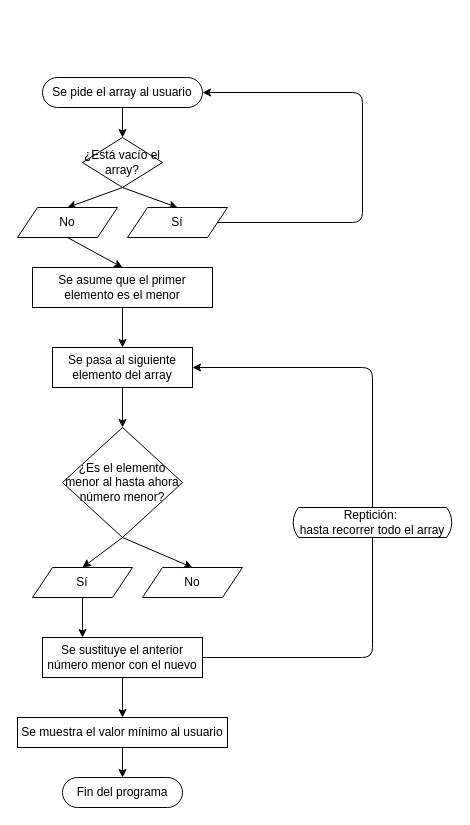
Above: Entornos de Desarrollo/UD2/EjerciciosDiagramas/Ejercicio1.drawio in SchmalbachPenaAlbert/Apuntes (draw.io), before the change. Source tidied: cells renumbered, new cells numbered last; positions are measured from the earlier drawing's top-left corner, leaving out a move shared by most shapes. Both pictures are drawn from the tidied source at 100%, with x=0, y=0 at pixel (17, 77).
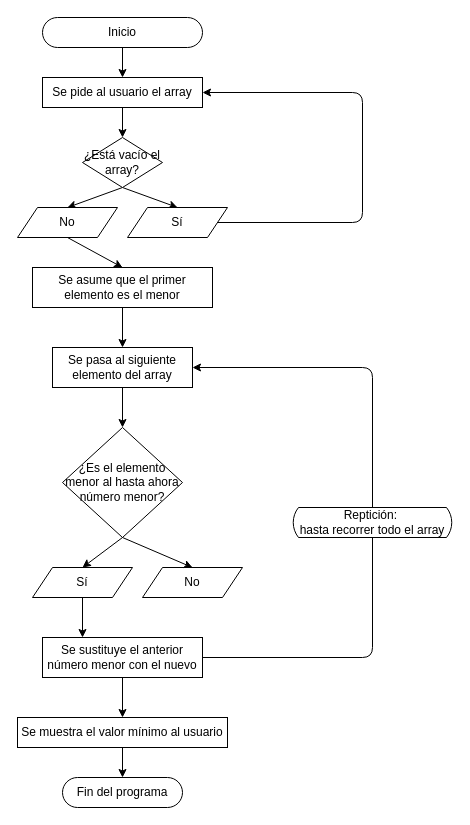
Above is the later version.

The change refers to these unchanged cells:
```xml
<mxCell id="19" value="¿Está vacío el array?" style="shape=rhombus;html=1;dashed=0;whiteSpace=wrap;perimeter=rhombusPerimeter;" parent="1" vertex="1">
  <mxGeometry x="65" y="60" width="80" height="50" as="geometry" />
</mxCell>
<mxCell id="22" value="Sí" style="shape=parallelogram;perimeter=parallelogramPerimeter;whiteSpace=wrap;html=1;dashed=0;" parent="1" vertex="1">
  <mxGeometry x="110" y="130" width="100" height="30" as="geometry" />
</mxCell>
```

Change to the diagram source:
```diff
@@
-    <mxCell id="2" style="edgeStyle=none;html=1;exitX=0.5;exitY=0.5;exitDx=0;exitDy=15;exitPerimeter=0;entryX=0.5;entryY=0;entryDx=0;entryDy=0;" parent="1" edge="1" source="3" target="19">
-      <mxGeometry relative="1" as="geometry" />
-    </mxCell>
+    <mxCell id="28" style="edgeStyle=none;html=1;exitX=0.5;exitY=0.5;exitDx=0;exitDy=15;exitPerimeter=0;entryX=0.5;entryY=0;entryDx=0;entryDy=0;" parent="1" edge="1" source="3" target="30">
+      <mxGeometry relative="1" as="geometry" />
+    </mxCell>
-    <mxCell id="3" value="Se pide el array al usuario" style="html=1;dashed=0;whiteSpace=wrap;shape=mxgraph.dfd.start;" parent="1" vertex="1">
-      <mxGeometry x="25" width="160" height="30" as="geometry" />
+    <mxCell id="3" value="Inicio" style="html=1;dashed=0;whiteSpace=wrap;shape=mxgraph.dfd.start;" parent="1" vertex="1">
+      <mxGeometry x="25" y="-60" width="160" height="30" as="geometry" />
     </mxCell>
@@
-    <mxCell id="23" style="edgeStyle=none;html=1;exitX=1;exitY=0.5;exitDx=0;exitDy=0;entryX=1;entryY=0.5;entryDx=0;entryDy=0;entryPerimeter=0;" parent="1" edge="1" source="22" target="3">
+    <mxCell id="23" style="edgeStyle=none;html=1;exitX=1;exitY=0.5;exitDx=0;exitDy=0;entryX=1;entryY=0.5;entryDx=0;entryDy=0;" parent="1" edge="1" source="22" target="30">
       <mxGeometry relative="1" as="geometry">
         <Array as="points">
           <mxPoint x="345" y="145" />
           <mxPoint x="345" y="15" />
         </Array>
       </mxGeometry>
     </mxCell>
@@
+    <mxCell id="29" style="edgeStyle=none;html=1;exitX=0.5;exitY=1;exitDx=0;exitDy=0;entryX=0.5;entryY=0;entryDx=0;entryDy=0;" parent="1" edge="1" source="30" target="19">
+      <mxGeometry relative="1" as="geometry" />
+    </mxCell>
+    <mxCell id="30" value="Se pide al usuario el array" style="html=1;dashed=0;whiteSpace=wrap;" parent="1" vertex="1">
+      <mxGeometry x="25" width="160" height="30" as="geometry" />
+    </mxCell>
```
